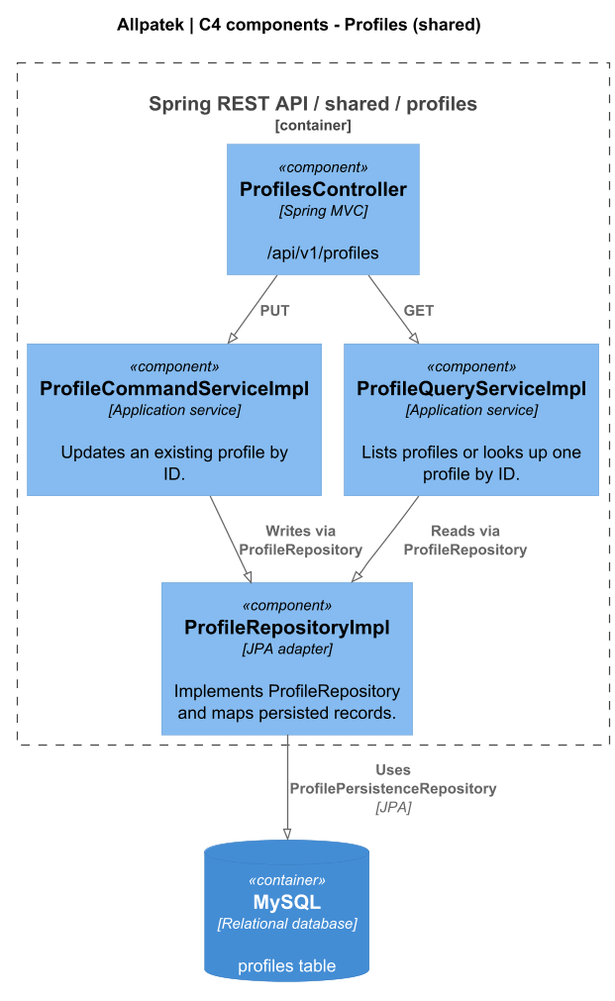
The PlantUML diagram assets/chapter-04/architecture/c4-shared-profiles.png in upc-pre-202620-1asi0729-7753-Terranova/allpatek-report, before a commit.
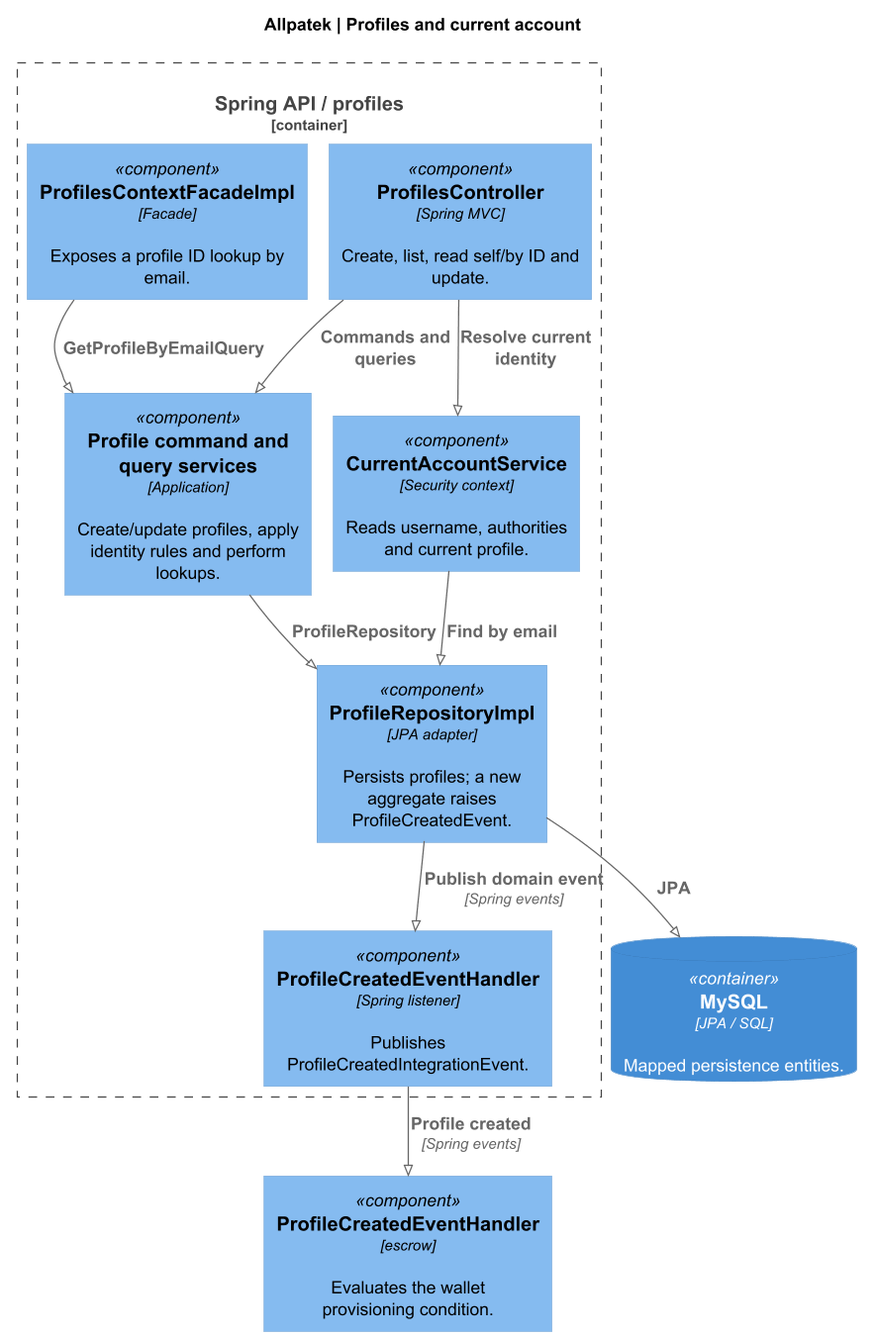
The same file after the commit.

Commit message:
docs(c4): separate profile management from shared infrastructure

Diff of the diagram source:
```diff
@@ -3,22 +3,27 @@
 !include <C4/C4_Component>
 skinparam backgroundColor white
 skinparam defaultFontName SansSerif
+skinparam defaultFontSize 14
 skinparam shadowing false
 skinparam dpi 120
 LAYOUT_TOP_DOWN()
-
-title Allpatek | C4 components - Profiles (shared)
-Container_Boundary(api, "Spring REST API / shared / profiles") {
-  Component(rest, "ProfilesController", "Spring MVC", "/api/v1/profiles")
-  Component(cmd, "ProfileCommandServiceImpl", "Application service", "Updates an existing profile by ID.")
-  Component(query, "ProfileQueryServiceImpl", "Application service", "Lists profiles or looks up one profile by ID.")
-  Component(repo, "ProfileRepositoryImpl", "JPA adapter", "Implements ProfileRepository and maps persisted records.")
+title Allpatek | Profiles and current account
+Container_Boundary(bound, "Spring API / profiles") {
+  Component(rest, "ProfilesController", "Spring MVC", "Create, list, read self/by ID and update.")
+  Component(acct, "CurrentAccountService", "Security context", "Reads username, authorities and current profile.")
+  Component(fac, "ProfilesContextFacadeImpl", "Facade", "Exposes a profile ID lookup by email.")
+  Component(srv, "Profile command and query services", "Application", "Create/update profiles, apply identity rules and perform lookups.")
+  Component(rep, "ProfileRepositoryImpl", "JPA adapter", "Persists profiles; a new aggregate raises ProfileCreatedEvent.")
+  Component(evt, "ProfileCreatedEventHandler", "Spring listener", "Publishes ProfileCreatedIntegrationEvent.")
 }
-
-ContainerDb(db, "MySQL", "Relational database", "profiles table")
-Rel(rest, cmd, "PUT")
-Rel(rest, query, "GET")
-Rel(cmd, repo, "Writes via ProfileRepository")
-Rel(query, repo, "Reads via ProfileRepository")
-Rel(repo, db, "Uses ProfilePersistenceRepository", "JPA")
+ContainerDb(db, "MySQL", "JPA / SQL", "Mapped persistence entities.")
+Component(esc, "ProfileCreatedEventHandler", "escrow", "Evaluates the wallet provisioning condition.")
+Rel(rest, acct, "Resolve current identity")
+Rel(rest, srv, "Commands and queries")
+Rel(fac, srv, "GetProfileByEmailQuery")
+Rel(srv, rep, "ProfileRepository")
+Rel(acct, rep, "Find by email")
+Rel(rep, db, "JPA")
+Rel(rep, evt, "Publish domain event", "Spring events")
+Rel(evt, esc, "Profile created", "Spring events")
 @enduml
```
